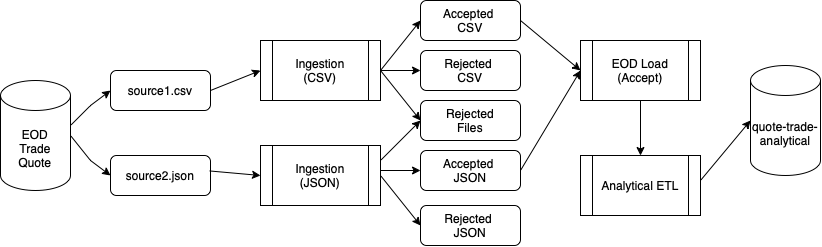
Andy-Pham-72/Azure-End-to-End-project-1 keeps this draw.io diagram as guided_capstone_project.drawio.png. Above is the earlier version. Source tidied: cells renumbered, new cells last; positions are measured from the earlier drawing's top-left corner, leaving out a move shared by most shapes.
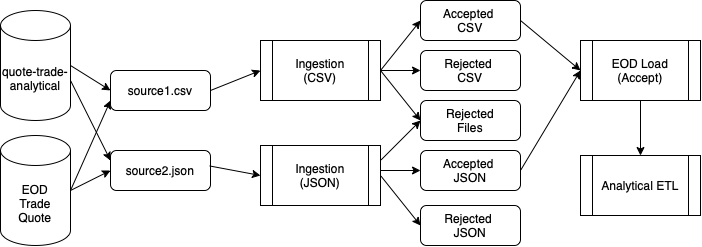
After the commit.

Change to the diagram source:
```diff
@@ -15,10 +15,10 @@
       <mxGeometry x="260" y="145" width="120" height="60" as="geometry" />
     </mxCell>
     <mxCell id="6" value="EOD&lt;br&gt;Trade&lt;br&gt;Quote" style="shape=cylinder3;whiteSpace=wrap;html=1;boundedLbl=1;backgroundOutline=1;size=15;" parent="1" vertex="1">
-      <mxGeometry y="80" width="70" height="110" as="geometry" />
+      <mxGeometry y="135" width="70" height="110" as="geometry" />
     </mxCell>
     <mxCell id="7" value="quote-trade-&lt;br&gt;analytical" style="shape=cylinder3;whiteSpace=wrap;html=1;boundedLbl=1;backgroundOutline=1;size=15;" parent="1" vertex="1">
-      <mxGeometry x="750" y="65" width="70" height="110" as="geometry" />
+      <mxGeometry y="10" width="70" height="110" as="geometry" />
     </mxCell>
     <mxCell id="8" value="Rejected&lt;br&gt;Files" style="rounded=1;whiteSpace=wrap;html=1;" parent="1" vertex="1">
       <mxGeometry x="420" y="100" width="100" height="40" as="geometry" />
@@ -27,7 +27,7 @@
       <mxGeometry x="110" y="70" width="100" height="40" as="geometry" />
     </mxCell>
     <mxCell id="10" value="source2.json" style="rounded=1;whiteSpace=wrap;html=1;" parent="1" vertex="1">
-      <mxGeometry x="110" y="155" width="100" height="40" as="geometry" />
+      <mxGeometry x="110" y="150" width="100" height="40" as="geometry" />
     </mxCell>
     <mxCell id="11" value="Accepted&amp;nbsp;&lt;br&gt;CSV" style="rounded=1;whiteSpace=wrap;html=1;" parent="1" vertex="1">
       <mxGeometry x="420" width="100" height="40" as="geometry" />
@@ -41,20 +41,11 @@
     <mxCell id="14" value="Accepted&amp;nbsp;&lt;br&gt;JSON" style="rounded=1;whiteSpace=wrap;html=1;" parent="1" vertex="1">
       <mxGeometry x="420" y="150" width="100" height="40" as="geometry" />
     </mxCell>
-    <mxCell id="15" style="endArrow=classic;html=1;rounded=0;entryX=0;entryY=0.5;entryDx=0;entryDy=0;" parent="1" edge="1" target="9">
-      <mxGeometry relative="1" as="geometry">
-        <mxPoint x="70" y="125" as="sourcePoint" />
-        <Array as="points">
-          <mxPoint x="90" y="105" />
-        </Array>
-      </mxGeometry>
+    <mxCell id="15" style="endArrow=classic;html=1;rounded=0;entryX=0;entryY=0.5;entryDx=0;entryDy=0;exitX=1;exitY=0.5;exitDx=0;exitDy=0;exitPerimeter=0;" parent="1" edge="1" source="7" target="9">
+      <mxGeometry relative="1" as="geometry" />
     </mxCell>
     <mxCell id="16" style="endArrow=classic;html=1;rounded=0;entryX=0;entryY=0.5;entryDx=0;entryDy=0;exitX=1;exitY=0.5;exitDx=0;exitDy=0;exitPerimeter=0;" parent="1" edge="1" source="6" target="10">
-      <mxGeometry relative="1" as="geometry">
-        <Array as="points">
-          <mxPoint x="90" y="160" />
-        </Array>
-      </mxGeometry>
+      <mxGeometry relative="1" as="geometry" />
     </mxCell>
     <mxCell id="17" style="endArrow=classic;html=1;rounded=0;entryX=0;entryY=0.5;entryDx=0;entryDy=0;exitX=1;exitY=0.5;exitDx=0;exitDy=0;" parent="1" edge="1" source="9" target="4">
       <mxGeometry relative="1" as="geometry" />
@@ -107,10 +98,15 @@
         <mxPoint x="640" y="100" as="sourcePoint" />
       </mxGeometry>
     </mxCell>
-    <mxCell id="28" style="endArrow=classic;html=1;rounded=0;entryX=0;entryY=0.5;entryDx=0;entryDy=0;entryPerimeter=0;" parent="1" edge="1" target="7">
-      <mxGeometry relative="1" as="geometry">
-        <mxPoint x="700" y="180" as="sourcePoint" />
-      </mxGeometry>
-    </mxCell>
+    <mxCell id="29" style="endArrow=classic;html=1;rounded=0;entryX=0;entryY=0.75;entryDx=0;entryDy=0;" parent="1" edge="1" target="9">
+      <mxGeometry relative="1" as="geometry">
+        <mxPoint x="70" y="190" as="sourcePoint" />
+      </mxGeometry>
+    </mxCell>
+    <mxCell id="30" style="endArrow=classic;html=1;rounded=0;entryX=0;entryY=0.25;entryDx=0;entryDy=0;" parent="1" edge="1" target="10">
+      <mxGeometry relative="1" as="geometry">
+        <mxPoint x="70" y="80" as="sourcePoint" />
+      </mxGeometry>
+    </mxCell>
   </root>
 </mxGraphModel>
```
